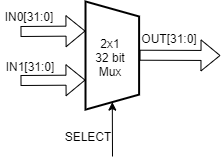
cepdnaclk/e16-co502-RV32IM-pipeline-implementation-group1 keeps this draw.io diagram as images/hardware_units/mux/2x1_mux.png. Above is the earlier version. Source tidied: cells renumbered, new cells last; positions are measured from the earlier drawing's top-left corner, leaving out a move shared by most shapes. The source it was exported from:
```xml
<mxGraphModel>
  <root>
    <mxCell id="0" />
    <mxCell id="1" parent="0" />
    <mxCell id="2" style="shape=trapezoid;perimeter=trapezoidPerimeter;whiteSpace=wrap;html=1;fixedSize=1;rotation=90;size=15;strokeWidth=2;" parent="1" vertex="1">
      <mxGeometry x="57.7" y="22.3" width="108.1" height="53.6" as="geometry" />
    </mxCell>
    <mxCell id="3" style="shape=flexArrow;endArrow=classic;html=1;" parent="1" edge="1">
      <mxGeometry relative="1" as="geometry">
        <mxPoint x="20" y="25" as="sourcePoint" />
        <mxPoint x="85" y="24.5" as="targetPoint" />
      </mxGeometry>
    </mxCell>
    <mxCell id="4" style="shape=flexArrow;endArrow=classic;html=1;" parent="1" edge="1">
      <mxGeometry relative="1" as="geometry">
        <mxPoint x="20" y="74" as="sourcePoint" />
        <mxPoint x="85" y="73.6" as="targetPoint" />
      </mxGeometry>
    </mxCell>
    <mxCell id="5" style="shape=flexArrow;endArrow=classic;html=1;" parent="1" edge="1">
      <mxGeometry relative="1" as="geometry">
        <mxPoint x="139" y="48.7" as="sourcePoint" />
        <mxPoint x="220" y="49" as="targetPoint" />
      </mxGeometry>
    </mxCell>
    <mxCell id="6" style="endArrow=classic;html=1;entryX=1;entryY=0.5;entryDx=0;entryDy=0;" parent="1" edge="1" target="2">
      <mxGeometry relative="1" as="geometry">
        <mxPoint x="112" y="150" as="sourcePoint" />
      </mxGeometry>
    </mxCell>
    <mxCell id="7" value="IN0[31:0]" style="text;html=1;strokeColor=none;fillColor=none;align=center;verticalAlign=middle;whiteSpace=wrap;rounded=0;" parent="1" vertex="1">
      <mxGeometry width="57.7" height="20" as="geometry" />
    </mxCell>
    <mxCell id="8" value="IN1[31:0]" style="text;html=1;strokeColor=none;fillColor=none;align=center;verticalAlign=middle;whiteSpace=wrap;rounded=0;" parent="1" vertex="1">
      <mxGeometry x="1.1" y="50" width="57.7" height="20" as="geometry" />
    </mxCell>
    <mxCell id="9" value="SELECT" style="text;html=1;strokeColor=none;fillColor=none;align=center;verticalAlign=middle;whiteSpace=wrap;rounded=0;" parent="1" vertex="1">
      <mxGeometry x="58.9" y="120" width="57.7" height="20" as="geometry" />
    </mxCell>
    <mxCell id="10" value="OUT[31:0]" style="text;html=1;strokeColor=none;fillColor=none;align=center;verticalAlign=middle;whiteSpace=wrap;rounded=0;" parent="1" vertex="1">
      <mxGeometry x="140" y="22.3" width="57.7" height="20" as="geometry" />
    </mxCell>
    <mxCell id="11" value="2x1&lt;br&gt;32 bit&lt;br&gt;Mux" style="text;html=1;strokeColor=none;fillColor=none;align=center;verticalAlign=middle;whiteSpace=wrap;rounded=0;" parent="1" vertex="1">
      <mxGeometry x="90" y="26.8" width="40" height="49" as="geometry" />
    </mxCell>
  </root>
</mxGraphModel>
```
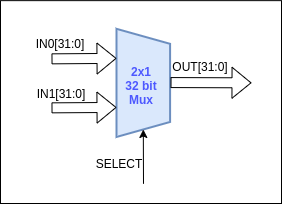
The same diagram one commit later.

What changed in the source:
```diff
@@ -2,46 +2,52 @@
   <root>
     <mxCell id="0" />
     <mxCell id="1" parent="0" />
-    <mxCell id="2" style="shape=trapezoid;perimeter=trapezoidPerimeter;whiteSpace=wrap;html=1;fixedSize=1;rotation=90;size=15;strokeWidth=2;" parent="1" vertex="1">
-      <mxGeometry x="57.7" y="22.3" width="108.1" height="53.6" as="geometry" />
+    <mxCell id="2" style="group;" parent="1" vertex="1">
+      <mxGeometry x="57.7" y="22.3" width="281" height="202.9" as="geometry" />
     </mxCell>
-    <mxCell id="3" style="shape=flexArrow;endArrow=classic;html=1;" parent="1" edge="1">
-      <mxGeometry relative="1" as="geometry">
-        <mxPoint x="20" y="25" as="sourcePoint" />
-        <mxPoint x="85" y="24.5" as="targetPoint" />
-      </mxGeometry>
+    <mxCell id="3" style="rounded=0;whiteSpace=wrap;html=1;" parent="2" vertex="1">
+      <mxGeometry width="281" height="202.9" as="geometry" />
     </mxCell>
-    <mxCell id="4" style="shape=flexArrow;endArrow=classic;html=1;" parent="1" edge="1">
-      <mxGeometry relative="1" as="geometry">
-        <mxPoint x="20" y="74" as="sourcePoint" />
-        <mxPoint x="85" y="73.6" as="targetPoint" />
-      </mxGeometry>
+    <mxCell id="4" style="shape=trapezoid;perimeter=trapezoidPerimeter;whiteSpace=wrap;html=1;fixedSize=1;rotation=90;size=15;strokeWidth=2;fillColor=#dae8fc;strokeColor=#6c8ebf;" parent="2" vertex="1">
+      <mxGeometry x="88.7" y="55.5" width="108.1" height="53.6" as="geometry" />
     </mxCell>
-    <mxCell id="5" style="shape=flexArrow;endArrow=classic;html=1;" parent="1" edge="1">
+    <mxCell id="5" style="shape=flexArrow;endArrow=classic;html=1;" parent="2" edge="1">
       <mxGeometry relative="1" as="geometry">
-        <mxPoint x="139" y="48.7" as="sourcePoint" />
-        <mxPoint x="220" y="49" as="targetPoint" />
+        <mxPoint x="51" y="58.2" as="sourcePoint" />
+        <mxPoint x="116" y="57.7" as="targetPoint" />
       </mxGeometry>
     </mxCell>
-    <mxCell id="6" style="endArrow=classic;html=1;entryX=1;entryY=0.5;entryDx=0;entryDy=0;" parent="1" edge="1" target="2">
+    <mxCell id="6" style="shape=flexArrow;endArrow=classic;html=1;" parent="2" edge="1">
       <mxGeometry relative="1" as="geometry">
-        <mxPoint x="112" y="150" as="sourcePoint" />
+        <mxPoint x="51" y="107.2" as="sourcePoint" />
+        <mxPoint x="116" y="106.8" as="targetPoint" />
       </mxGeometry>
     </mxCell>
-    <mxCell id="7" value="IN0[31:0]" style="text;html=1;strokeColor=none;fillColor=none;align=center;verticalAlign=middle;whiteSpace=wrap;rounded=0;" parent="1" vertex="1">
-      <mxGeometry width="57.7" height="20" as="geometry" />
+    <mxCell id="7" style="shape=flexArrow;endArrow=classic;html=1;" parent="2" edge="1">
+      <mxGeometry relative="1" as="geometry">
+        <mxPoint x="170" y="81.9" as="sourcePoint" />
+        <mxPoint x="251" y="82.2" as="targetPoint" />
+      </mxGeometry>
     </mxCell>
-    <mxCell id="8" value="IN1[31:0]" style="text;html=1;strokeColor=none;fillColor=none;align=center;verticalAlign=middle;whiteSpace=wrap;rounded=0;" parent="1" vertex="1">
-      <mxGeometry x="1.1" y="50" width="57.7" height="20" as="geometry" />
+    <mxCell id="8" style="endArrow=classic;html=1;entryX=1;entryY=0.5;entryDx=0;entryDy=0;" parent="2" edge="1" target="4">
+      <mxGeometry relative="1" as="geometry">
+        <mxPoint x="143" y="183.2" as="sourcePoint" />
+      </mxGeometry>
     </mxCell>
-    <mxCell id="9" value="SELECT" style="text;html=1;strokeColor=none;fillColor=none;align=center;verticalAlign=middle;whiteSpace=wrap;rounded=0;" parent="1" vertex="1">
-      <mxGeometry x="58.9" y="120" width="57.7" height="20" as="geometry" />
+    <mxCell id="9" value="IN0[31:0]" style="text;html=1;strokeColor=none;fillColor=none;align=center;verticalAlign=middle;whiteSpace=wrap;rounded=0;" parent="2" vertex="1">
+      <mxGeometry x="31" y="33.2" width="57.7" height="20" as="geometry" />
     </mxCell>
-    <mxCell id="10" value="OUT[31:0]" style="text;html=1;strokeColor=none;fillColor=none;align=center;verticalAlign=middle;whiteSpace=wrap;rounded=0;" parent="1" vertex="1">
-      <mxGeometry x="140" y="22.3" width="57.7" height="20" as="geometry" />
+    <mxCell id="10" value="IN1[31:0]" style="text;html=1;strokeColor=none;fillColor=none;align=center;verticalAlign=middle;whiteSpace=wrap;rounded=0;" parent="2" vertex="1">
+      <mxGeometry x="32.1" y="83.2" width="57.7" height="20" as="geometry" />
     </mxCell>
-    <mxCell id="11" value="2x1&lt;br&gt;32 bit&lt;br&gt;Mux" style="text;html=1;strokeColor=none;fillColor=none;align=center;verticalAlign=middle;whiteSpace=wrap;rounded=0;" parent="1" vertex="1">
-      <mxGeometry x="90" y="26.8" width="40" height="49" as="geometry" />
+    <mxCell id="11" value="SELECT" style="text;html=1;strokeColor=none;fillColor=none;align=center;verticalAlign=middle;whiteSpace=wrap;rounded=0;" parent="2" vertex="1">
+      <mxGeometry x="89.9" y="153.2" width="57.7" height="20" as="geometry" />
     </mxCell>
+    <mxCell id="12" value="OUT[31:0]" style="text;html=1;strokeColor=none;fillColor=none;align=center;verticalAlign=middle;whiteSpace=wrap;rounded=0;" parent="2" vertex="1">
+      <mxGeometry x="171" y="55.5" width="57.7" height="20" as="geometry" />
+    </mxCell>
+    <mxCell id="13" value="&lt;font color=&quot;#4d58ff&quot;&gt;&lt;b&gt;2x1&lt;br&gt;32 bit&lt;br&gt;Mux&lt;/b&gt;&lt;/font&gt;" style="text;html=1;strokeColor=none;fillColor=none;align=center;verticalAlign=middle;whiteSpace=wrap;rounded=0;" parent="2" vertex="1">
+      <mxGeometry x="121" y="60" width="40" height="49" as="geometry" />
+    </mxCell>
   </root>
 </mxGraphModel>
```
